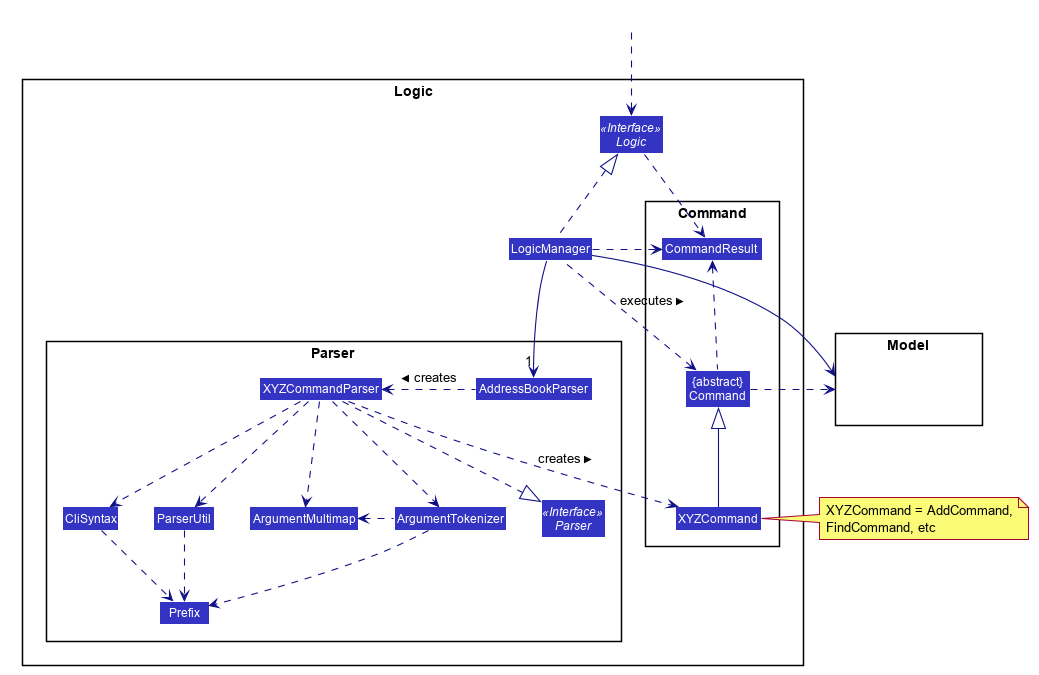
The PlantUML diagram docs/images/LogicClassDiagram.png in nus-cs2103-AY2021S2/tp, before a commit.
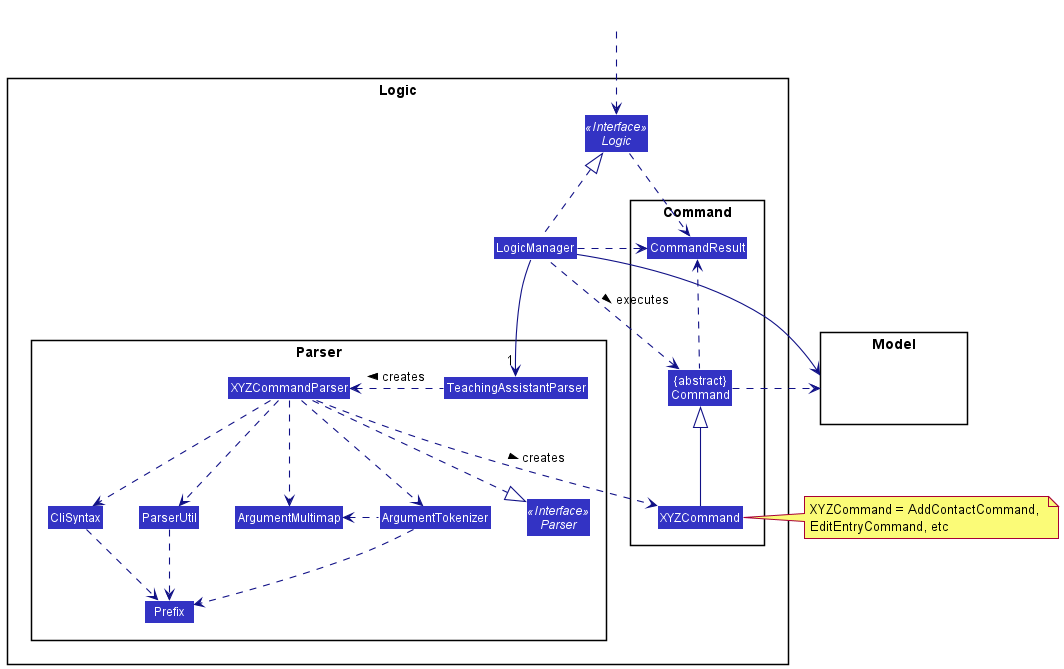
Above is the later version.

Change to the diagram source:
```diff
@@ -1,61 +1,14 @@
 @startuml
-
-
-
-
-
-
-
-
-skinparam BackgroundColor #FFFFFFF
-
-skinparam Shadowing false
-
-skinparam Class {
-    FontColor #FFFFFF
-    BorderThickness 1
-    BorderColor #FFFFFF
-    StereotypeFontColor #FFFFFF
-    FontName Arial
-}
-
-skinparam Actor {
-    BorderColor #000000
-    Color #000000
-    FontName Arial
-}
-
-skinparam Sequence {
-    MessageAlign center
-    BoxFontSize 15
-    BoxPadding 0
-    BoxFontColor #FFFFFF
-    FontName Arial
-}
-
-skinparam Participant {
-    FontColor #FFFFFFF
-    Padding 20
-}
-
-skinparam MinClassWidth 50
-skinparam ParticipantPadding 10
-skinparam Shadowing false
-skinparam DefaultTextAlignment center
-skinparam packageStyle Rectangle
-
-hide footbox
-hide members
-hide circle
+!include style.puml
 skinparam arrowThickness 1.1
-skinparam arrowColor #101086
-skinparam classBackgroundColor #3333C4
+skinparam arrowColor LOGIC_COLOR_T4
+skinparam classBackgroundColor LOGIC_COLOR
 
 package Logic {
 
 package Parser {
 Interface Parser <<Interface>>
-Class AddressBookParser
+Class TeachingAssistantParser
 Class XYZCommandParser
 Class CliSyntax
 Class ParserUtil
@@ -82,8 +35,8 @@
 HiddenOutside ..> Logic
 
 LogicManager .up.|> Logic
-LogicManager -->"1" AddressBookParser
-AddressBookParser .left.> XYZCommandParser: creates >
+LogicManager -->"1" TeachingAssistantParser
+TeachingAssistantParser .left.> XYZCommandParser: creates >
 
 XYZCommandParser ..> XYZCommand : creates >
 XYZCommandParser ..|> Parser
@@ -100,7 +53,7 @@
 
 LogicManager --> Model
 Command .right.> Model
-note right of XYZCommand: XYZCommand = AddCommand, \nFindCommand, etc
+note right of XYZCommand: XYZCommand = AddContactCommand, \nEditEntryCommand, etc
 
 Logic ..> CommandResult
 LogicManager .down.> CommandResult
```
